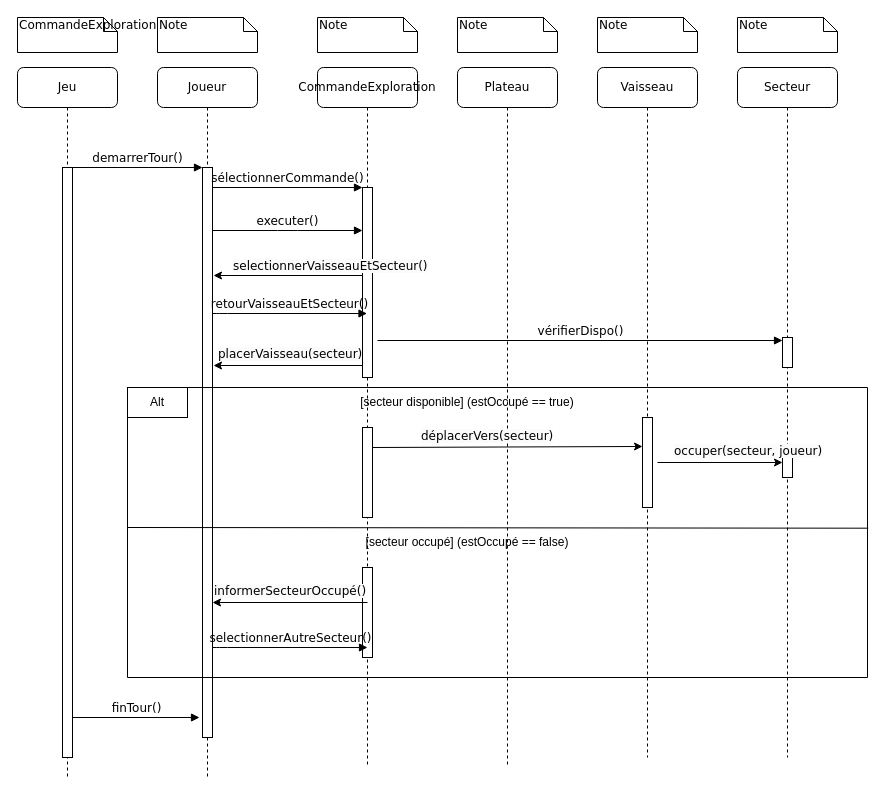
haikll/pocket_imperium_java keeps this draw.io diagram as page "Exploration" (2 of 3) of diagrammedesequence.drawio. Above is the earlier version. Source tidied: cells renumbered, new cells numbered last; positions are measured from the earlier drawing's top-left corner, leaving out a move shared by most shapes. Both pictures are drawn from the tidied source at 100%, with x=0, y=0 at pixel (17, 17).
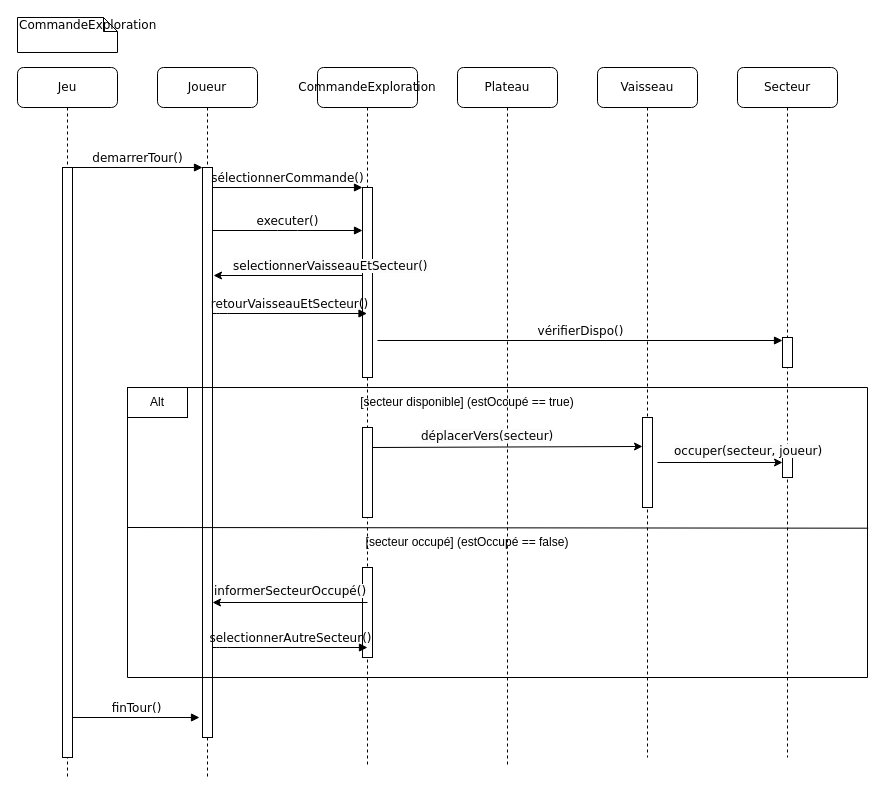
The same page after the edit.

The edit, as a diff of the source:
```diff
@@
-    <mxCell id="17" value="Note" style="shape=note;whiteSpace=wrap;html=1;size=14;verticalAlign=top;align=left;spacingTop=-6;rounded=0;shadow=0;comic=0;labelBackgroundColor=none;strokeWidth=1;fontFamily=Verdana;fontSize=12;" parent="1" vertex="1">
-      <mxGeometry x="140" width="100" height="35" as="geometry" />
-    </mxCell>
-    <mxCell id="18" value="Note" style="shape=note;whiteSpace=wrap;html=1;size=14;verticalAlign=top;align=left;spacingTop=-6;rounded=0;shadow=0;comic=0;labelBackgroundColor=none;strokeWidth=1;fontFamily=Verdana;fontSize=12;" parent="1" vertex="1">
-      <mxGeometry x="300" width="100" height="35" as="geometry" />
-    </mxCell>
-    <mxCell id="19" value="Note" style="shape=note;whiteSpace=wrap;html=1;size=14;verticalAlign=top;align=left;spacingTop=-6;rounded=0;shadow=0;comic=0;labelBackgroundColor=none;strokeWidth=1;fontFamily=Verdana;fontSize=12;" parent="1" vertex="1">
-      <mxGeometry x="440" width="100" height="35" as="geometry" />
-    </mxCell>
-    <mxCell id="20" value="Note" style="shape=note;whiteSpace=wrap;html=1;size=14;verticalAlign=top;align=left;spacingTop=-6;rounded=0;shadow=0;comic=0;labelBackgroundColor=none;strokeWidth=1;fontFamily=Verdana;fontSize=12;" parent="1" vertex="1">
-      <mxGeometry x="580" width="100" height="35" as="geometry" />
-    </mxCell>
-    <mxCell id="21" value="Note" style="shape=note;whiteSpace=wrap;html=1;size=14;verticalAlign=top;align=left;spacingTop=-6;rounded=0;shadow=0;comic=0;labelBackgroundColor=none;strokeWidth=1;fontFamily=Verdana;fontSize=12;" parent="1" vertex="1">
-      <mxGeometry x="720" width="100" height="35" as="geometry" />
-    </mxCell>
@@
-    <mxCell id="25" style="endArrow=classic;html=1;rounded=0;" parent="1" edge="1">
-      <mxGeometry relative="1" as="geometry">
-        <mxPoint x="345.5" y="348" as="sourcePoint" />
-        <mxPoint x="196" y="348" as="targetPoint" />
-      </mxGeometry>
-    </mxCell>
-    <mxCell id="26" value="&lt;span style=&quot;color: rgb(0, 0, 0); font-family: Verdana; font-size: 12px; font-style: normal; font-variant-ligatures: normal; font-variant-caps: normal; font-weight: 400; letter-spacing: normal; orphans: 2; text-align: center; text-indent: 0px; text-transform: none; widows: 2; word-spacing: 0px; -webkit-text-stroke-width: 0px; white-space: nowrap; background-color: rgb(251, 251, 251); text-decoration-thickness: initial; text-decoration-style: initial; text-decoration-color: initial; display: inline !important; float: none;&quot;&gt;placerVaisseau(secteur)&lt;/span&gt;" style="text;whiteSpace=wrap;html=1;" parent="1" vertex="1">
-      <mxGeometry x="199" y="323" width="160" height="40" as="geometry" />
-    </mxCell>
```
